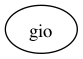
This is fase3/usuarios/reportes/AVL.png from Ggi0/-EDD-Proyecto_202100229, a Graphviz export, as it was before one commit. Its source is kept beside it as fase3/usuarios/reportes/AVL.dot.
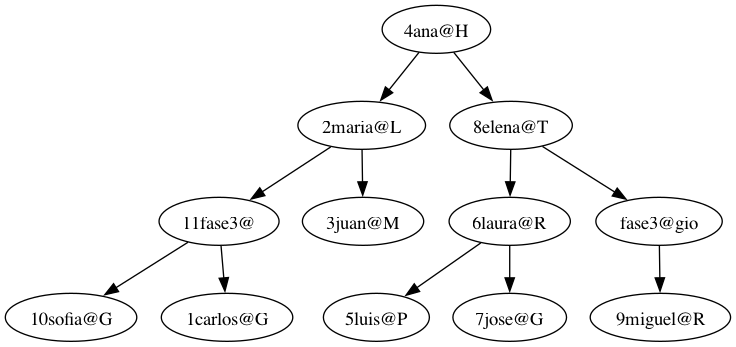
After the change.

Diff of the diagram source:
```diff
@@ -1,3 +1,25 @@
 digraph G {
-Nodo0x7ffa0ad22bb0[label = "gio"]
+Nodo0x7f8816cf2340[label = "4ana@H"]
+Nodo0x7f8816cf2340->Nodo0x7f8816cf4a00
+Nodo0x7f8816cf2340->Nodo0x7f8816ce9fe0
+Nodo0x7f8816cf4a00[label = "2maria@L"]
+Nodo0x7f8816cf4a00->Nodo0x7f8816ce8ad0
+Nodo0x7f8816cf4a00->Nodo0x7f8816cdf9c0
+Nodo0x7f8816ce8ad0[label = "11fase3@"]
+Nodo0x7f8816ce8ad0->Nodo0x7f8816ced4d0
+Nodo0x7f8816ce8ad0->Nodo0x7f8816cf43b0
+Nodo0x7f8816ced4d0[label = "10sofia@G"]
+Nodo0x7f8816cf43b0[label = "1carlos@G"]
+Nodo0x7f8816cdf9c0[label = "3juan@M"]
+Nodo0x7f8816ce9fe0[label = "8elena@T"]
+Nodo0x7f8816ce9fe0->Nodo0x7f8816ced680
+Nodo0x7f8816ce9fe0->Nodo0x7f8816cf3c60
+Nodo0x7f8816ced680[label = "6laura@R"]
+Nodo0x7f8816ced680->Nodo0x7f8816cbf260
+Nodo0x7f8816ced680->Nodo0x7f8816cf3440
+Nodo0x7f8816cbf260[label = "5luis@P"]
+Nodo0x7f8816cf3440[label = "7jose@G"]
+Nodo0x7f8816cf3c60[label = "fase3@gio"]
+Nodo0x7f8816cf3c60->Nodo0x7f8816cbfc80
+Nodo0x7f8816cbfc80[label = "9miguel@R"]
 }
```
